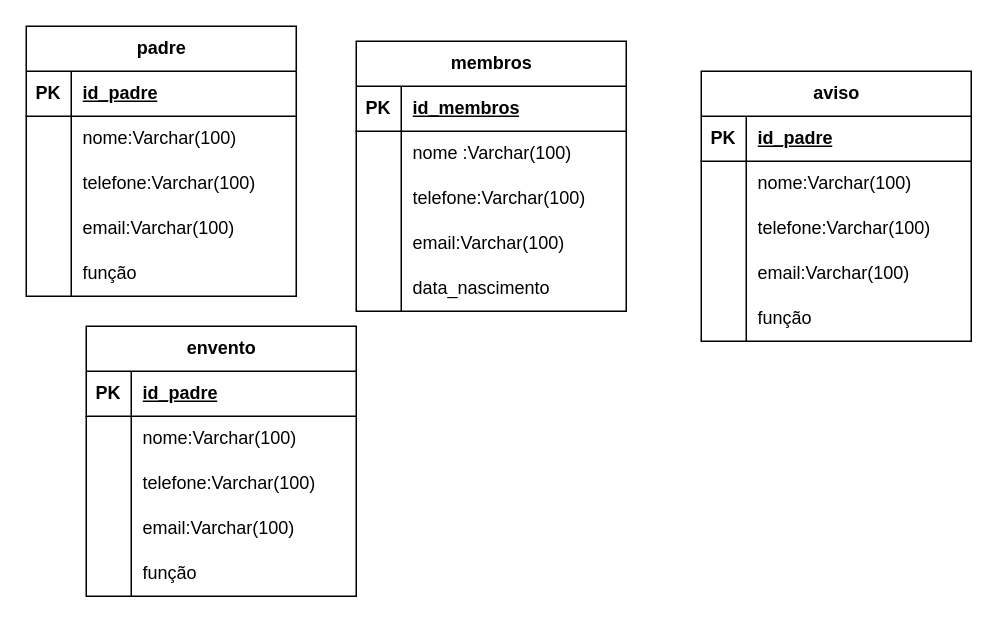
Earlier version of the draw.io diagram Modelo_er.drawio (mateus206/Pap_Mario_Gerry). Source tidied: cells renumbered, new cells numbered last; positions are measured from the earlier drawing's top-left corner, leaving out a move shared by most shapes. Both pictures are drawn from the tidied source at 150%, with x=0, y=0 at pixel (26, 26).
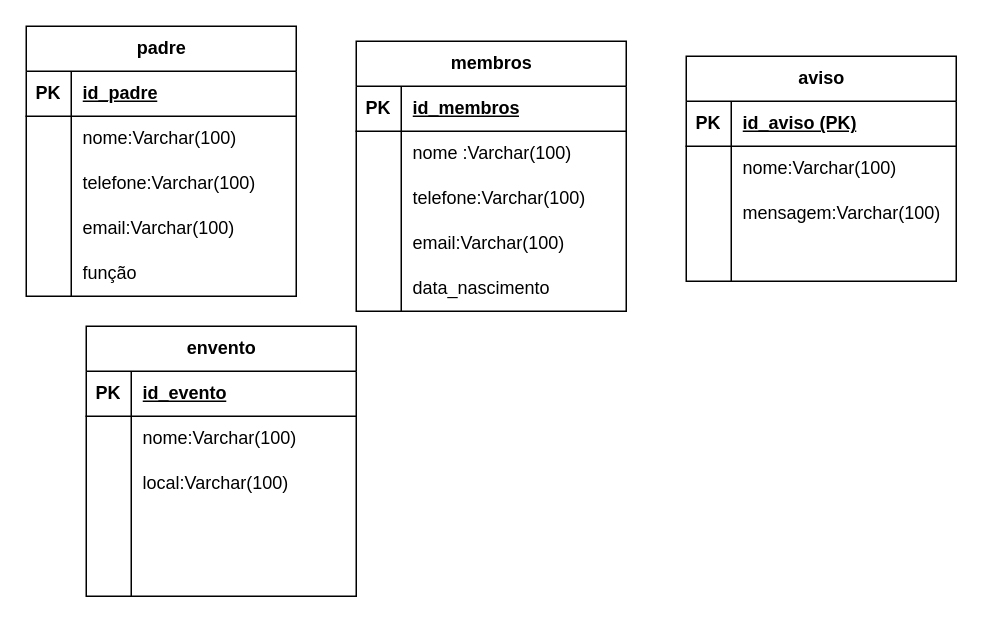
After the change.

Commit message:
Implementação de atributos nas tabelas.

Unchanged cells that the change refers to:
```xml
<mxCell id="35" style="shape=tableRow;horizontal=0;startSize=0;swimlaneHead=0;swimlaneBody=0;fillColor=none;top=0;left=0;right=0;bottom=1;" parent="34" vertex="1">
  <mxGeometry y="30" width="180" height="30" as="geometry" />
</mxCell>
<mxCell id="41" style="shape=tableRow;horizontal=0;startSize=0;swimlaneHead=0;swimlaneBody=0;fillColor=none;top=0;left=0;right=0;bottom=0;" parent="34" vertex="1">
  <mxGeometry y="90" width="180" height="30" as="geometry" />
</mxCell>
<mxCell id="44" style="shape=tableRow;horizontal=0;startSize=0;swimlaneHead=0;swimlaneBody=0;fillColor=none;top=0;left=0;right=0;bottom=0;" parent="34" vertex="1">
  <mxGeometry y="120" width="180" height="30" as="geometry" />
</mxCell>
<mxCell id="47" style="shape=tableRow;horizontal=0;startSize=0;swimlaneHead=0;swimlaneBody=0;fillColor=none;top=0;left=0;right=0;bottom=0;" parent="34" vertex="1">
  <mxGeometry y="150" width="180" height="30" as="geometry" />
</mxCell>
<mxCell id="51" style="shape=tableRow;horizontal=0;startSize=0;swimlaneHead=0;swimlaneBody=0;fillColor=none;top=0;left=0;right=0;bottom=1;" parent="50" vertex="1">
  <mxGeometry y="30" width="180" height="30" as="geometry" />
</mxCell>
<mxCell id="57" style="shape=tableRow;horizontal=0;startSize=0;swimlaneHead=0;swimlaneBody=0;fillColor=none;top=0;left=0;right=0;bottom=0;" parent="50" vertex="1">
  <mxGeometry y="90" width="180" height="30" as="geometry" />
</mxCell>
```

Diff of the diagram source:
```diff
@@
-    <mxCell id="37" value="id_padre" style="shape=partialRectangle;fillColor=none;top=0;left=0;bottom=0;right=0;align=left;spacingLeft=6;fontStyle=5;overflow=hidden;whiteSpace=wrap;html=1;" parent="35" vertex="1">
+    <mxCell id="37" value="id_evento" style="shape=partialRectangle;fillColor=none;top=0;left=0;bottom=0;right=0;align=left;spacingLeft=6;fontStyle=5;overflow=hidden;whiteSpace=wrap;html=1;" parent="35" vertex="1">
       <mxGeometry x="30" width="150" height="30" as="geometry" />
     </mxCell>
@@
-    <mxCell id="43" value="telefone:Varchar(100)" style="shape=partialRectangle;fillColor=none;top=0;left=0;bottom=0;right=0;align=left;spacingLeft=6;overflow=hidden;whiteSpace=wrap;html=1;" parent="41" vertex="1">
+    <mxCell id="43" value="local:Varchar(100)" style="shape=partialRectangle;fillColor=none;top=0;left=0;bottom=0;right=0;align=left;spacingLeft=6;overflow=hidden;whiteSpace=wrap;html=1;" parent="41" vertex="1">
       <mxGeometry x="30" width="150" height="30" as="geometry" />
     </mxCell>
@@
-    <mxCell id="46" value="email:Varchar(100)" style="shape=partialRectangle;fillColor=none;top=0;left=0;bottom=0;right=0;align=left;spacingLeft=6;overflow=hidden;whiteSpace=wrap;html=1;" parent="44" vertex="1">
+    <mxCell id="46" style="shape=partialRectangle;fillColor=none;top=0;left=0;bottom=0;right=0;align=left;spacingLeft=6;overflow=hidden;whiteSpace=wrap;html=1;" parent="44" vertex="1">
       <mxGeometry x="30" width="150" height="30" as="geometry" />
     </mxCell>
@@
-    <mxCell id="49" value="função" style="shape=partialRectangle;fillColor=none;top=0;left=0;bottom=0;right=0;align=left;spacingLeft=6;overflow=hidden;whiteSpace=wrap;html=1;" parent="47" vertex="1">
+    <mxCell id="49" style="shape=partialRectangle;fillColor=none;top=0;left=0;bottom=0;right=0;align=left;spacingLeft=6;overflow=hidden;whiteSpace=wrap;html=1;" parent="47" vertex="1">
       <mxGeometry x="30" width="150" height="30" as="geometry" />
     </mxCell>
     <mxCell id="50" value="aviso" style="shape=table;startSize=30;childLayout=tableLayout;rowLines=0;fontStyle=1;align=center;html=1;" parent="1" vertex="1">
-      <mxGeometry x="450" y="30" width="180" height="180" as="geometry" />
+      <mxGeometry x="440" y="20" width="180" height="150" as="geometry" />
     </mxCell>
@@
-    <mxCell id="53" value="id_padre" style="shape=partialRectangle;fillColor=none;top=0;left=0;bottom=0;right=0;align=left;spacingLeft=6;fontStyle=5;overflow=hidden;whiteSpace=wrap;html=1;" parent="51" vertex="1">
+    <mxCell id="53" value="id_aviso (PK)" style="shape=partialRectangle;fillColor=none;top=0;left=0;bottom=0;right=0;align=left;spacingLeft=6;fontStyle=5;overflow=hidden;whiteSpace=wrap;html=1;" parent="51" vertex="1">
       <mxGeometry x="30" width="150" height="30" as="geometry" />
     </mxCell>
@@
-    <mxCell id="59" value="telefone:Varchar(100)" style="shape=partialRectangle;fillColor=none;top=0;left=0;bottom=0;right=0;align=left;spacingLeft=6;overflow=hidden;whiteSpace=wrap;html=1;" parent="57" vertex="1">
+    <mxCell id="59" value="&lt;span style=&quot;color: rgb(0, 0, 0);&quot;&gt;mensagem:Varchar(100)&lt;/span&gt;" style="shape=partialRectangle;fillColor=none;top=0;left=0;bottom=0;right=0;align=left;spacingLeft=6;overflow=hidden;whiteSpace=wrap;html=1;" parent="57" vertex="1">
       <mxGeometry x="30" width="150" height="30" as="geometry" />
     </mxCell>
-    <mxCell id="60" style="shape=tableRow;horizontal=0;startSize=0;swimlaneHead=0;swimlaneBody=0;fillColor=none;top=0;left=0;right=0;bottom=0;" parent="50" vertex="1">
-      <mxGeometry y="120" width="180" height="30" as="geometry" />
-    </mxCell>
-    <mxCell id="61" style="shape=partialRectangle;fillColor=none;top=0;left=0;bottom=0;right=0;overflow=hidden;whiteSpace=wrap;html=1;" parent="60" vertex="1">
-      <mxGeometry width="30" height="30" as="geometry" />
-    </mxCell>
-    <mxCell id="62" value="email:Varchar(100)" style="shape=partialRectangle;fillColor=none;top=0;left=0;bottom=0;right=0;align=left;spacingLeft=6;overflow=hidden;whiteSpace=wrap;html=1;" parent="60" vertex="1">
-      <mxGeometry x="30" width="150" height="30" as="geometry" />
-    </mxCell>
     <mxCell id="63" style="shape=tableRow;horizontal=0;startSize=0;swimlaneHead=0;swimlaneBody=0;fillColor=none;top=0;left=0;right=0;bottom=0;" parent="50" vertex="1">
-      <mxGeometry y="150" width="180" height="30" as="geometry" />
+      <mxGeometry y="120" width="180" height="30" as="geometry" />
     </mxCell>
@@
-    <mxCell id="65" value="função" style="shape=partialRectangle;fillColor=none;top=0;left=0;bottom=0;right=0;align=left;spacingLeft=6;overflow=hidden;whiteSpace=wrap;html=1;" parent="63" vertex="1">
+    <mxCell id="65" style="shape=partialRectangle;fillColor=none;top=0;left=0;bottom=0;right=0;align=left;spacingLeft=6;overflow=hidden;whiteSpace=wrap;html=1;" parent="63" vertex="1">
       <mxGeometry x="30" width="150" height="30" as="geometry" />
     </mxCell>
```
